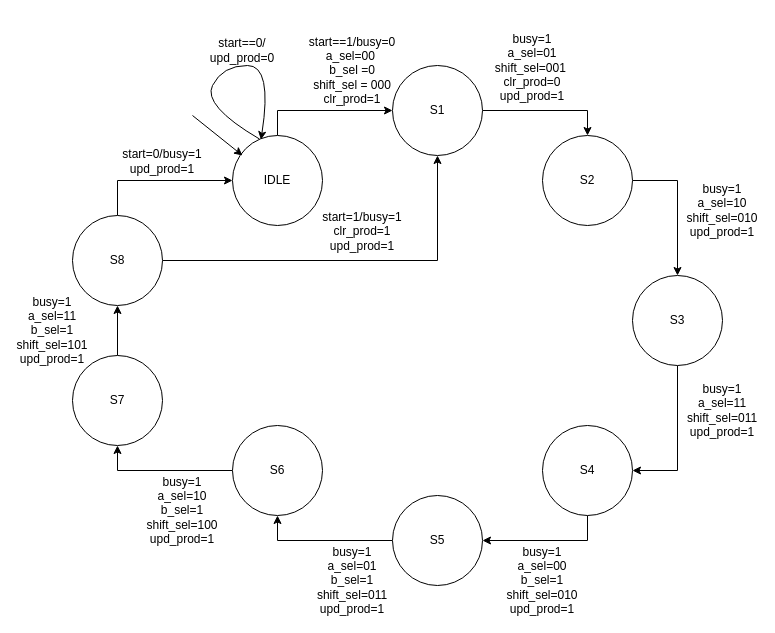
Before: page "Page-1" (1 of 2) of Untitled Diagram.drawio in lioriky6/lioriky6, a draw.io diagram. Source tidied: cells renumbered, new cells numbered last; positions are measured from the earlier drawing's top-left corner, leaving out a move shared by most shapes. Both pictures are drawn from the tidied source at 100%, with x=0, y=0 at pixel (22, 35).
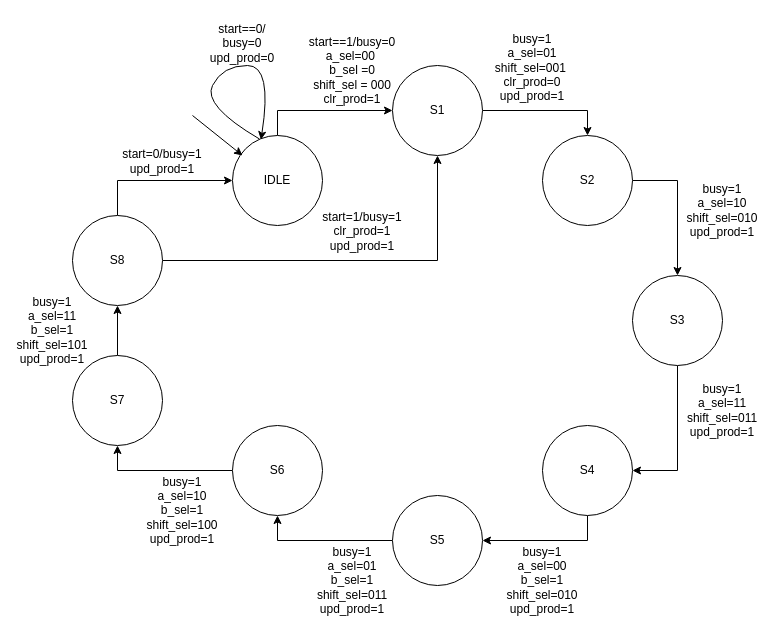
The same diagram, later.

Diff of the diagram source:
```diff
@@
-    <mxCell id="33" value="start==0/&lt;div&gt;upd_prod=0&lt;/div&gt;" style="text;html=1;align=center;verticalAlign=middle;whiteSpace=wrap;rounded=0;" parent="1" vertex="1">
+    <mxCell id="33" value="start==0/&lt;div&gt;&lt;span style=&quot;background-color: transparent; color: light-dark(rgb(0, 0, 0), rgb(255, 255, 255));&quot;&gt;busy=0&lt;/span&gt;&lt;/div&gt;&lt;div&gt;&lt;div&gt;upd_prod=0&lt;/div&gt;&lt;/div&gt;&lt;div&gt;&lt;br&gt;&lt;/div&gt;" style="text;html=1;align=center;verticalAlign=middle;whiteSpace=wrap;rounded=0;" parent="1" vertex="1">
       <mxGeometry x="190" width="60" height="30" as="geometry" />
     </mxCell>
```
